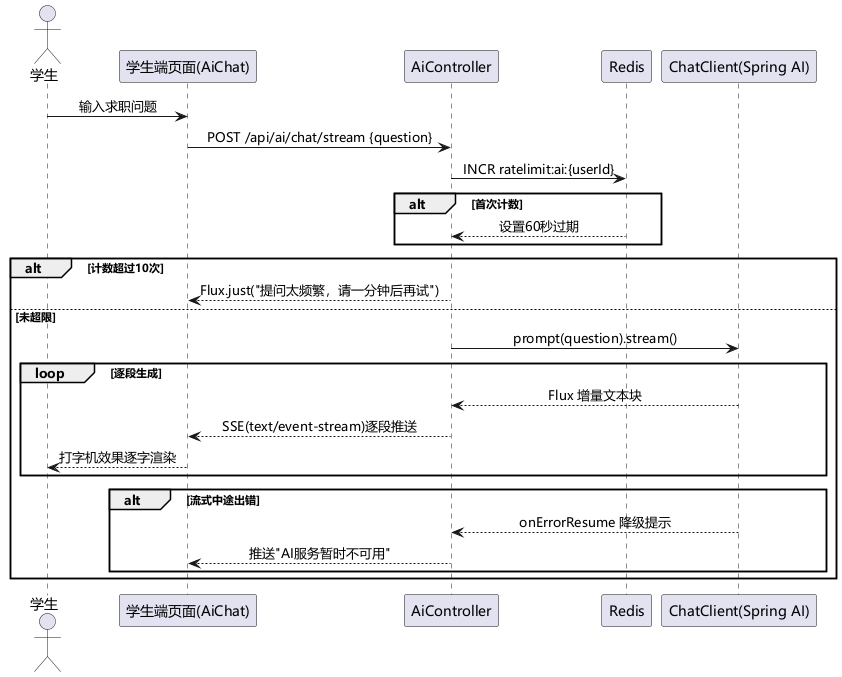
This is uml/png/李翔/AI智能问答SSE流式时序图.png from sheep7-bot/recruit-internship-system, a PlantUML export, as it was before one commit.
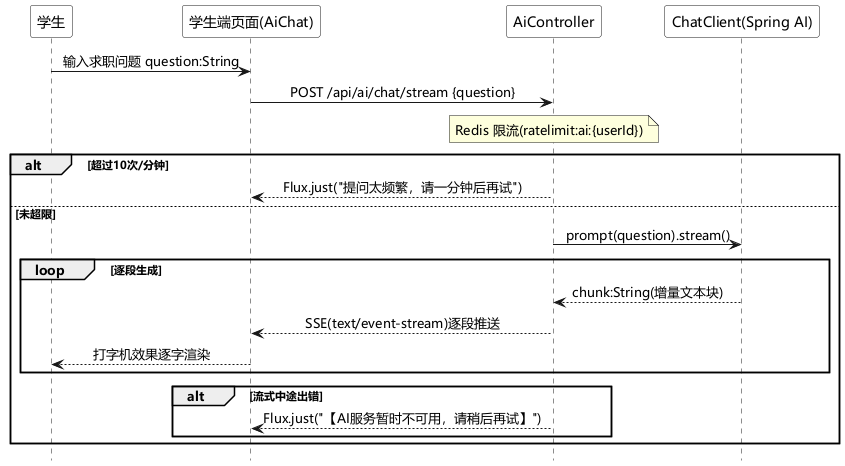
Later version of the same file.

Diff of the diagram source:
```diff
@@ -1,31 +1,38 @@
 @startuml AI智能问答SSE流式时序图
 skinparam defaultFontName "Microsoft YaHei"
+hide footbox
+<style>
+participant {
+  FontColor white
+  BorderColor white
+  BackgroundColor white
+}
+sequenceDiagram {
+  FontColor black
+}
+</style>
 skinparam sequenceMessageAlign center
-
-actor "学生" as stu
+participant "学生" as stu
 participant "学生端页面(AiChat)" as web
 participant "AiController" as ai
-participant "Redis" as redis
 participant "ChatClient(Spring AI)" as llm
-
-stu -> web : 输入求职问题
+stu -> web : 输入求职问题 question:String
 web -> ai : POST /api/ai/chat/stream {question}
-ai -> redis : INCR ratelimit:ai:{userId}
-alt 首次计数
-  redis --> ai : 设置60秒过期
-end
-alt 计数超过10次
+note over ai
+  Redis 限流(ratelimit:ai:{userId})
+end note
+alt 超过10次/分钟
   ai --> web : Flux.just("提问太频繁，请一分钟后再试")
 else 未超限
   ai -> llm : prompt(question).stream()
   loop 逐段生成
-    llm --> ai : Flux 增量文本块
+    llm --> ai : chunk:String(增量文本块)
     ai --> web : SSE(text/event-stream)逐段推送
     web --> stu : 打字机效果逐字渲染
   end
   alt 流式中途出错
-    llm --> ai : onErrorResume 降级提示
-    ai --> web : 推送"AI服务暂时不可用"
+    ai --> web : Flux.just("【AI服务暂时不可用，请稍后再试】")
   end
 end
+
 @enduml
```
